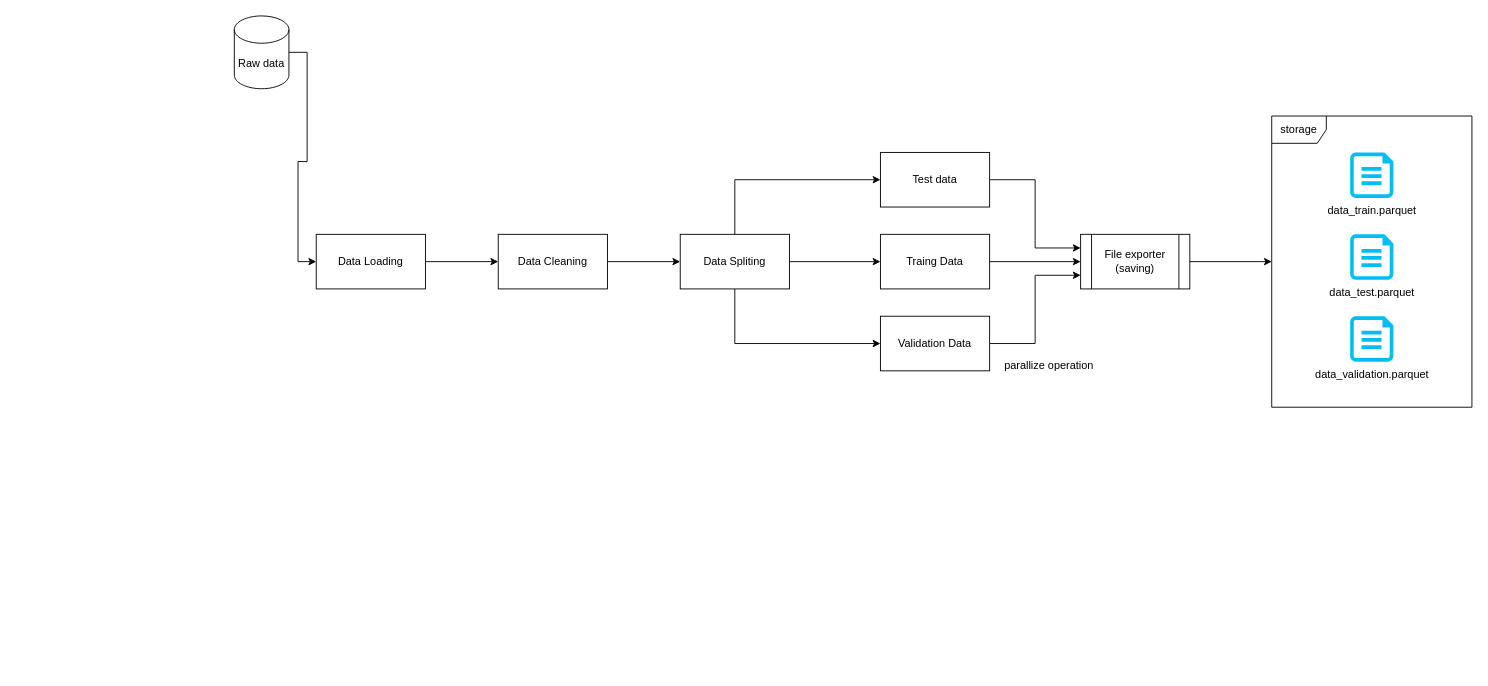
AkhilVinayakp/ML_EtZ keeps this draw.io diagram as ml-house-price-prediction/flow.drawio. Above is the earlier version. Source tidied: cells renumbered, new cells numbered last; positions are measured from the earlier drawing's top-left corner, leaving out a move shared by most shapes. Both pictures are drawn from the tidied source at 91%, with x=0, y=0 at pixel (234, 15).
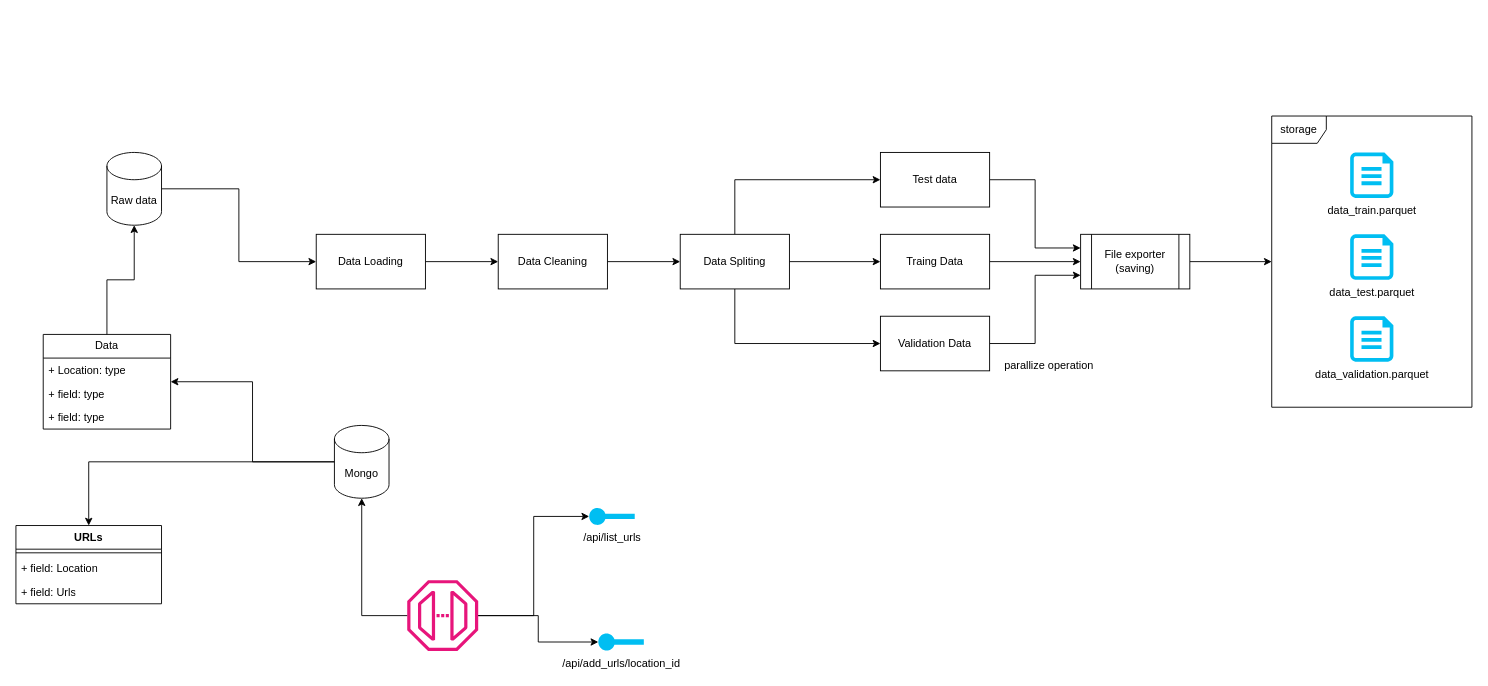
After the change.

The edit, as a diff of the source:
```diff
@@
     <mxCell id="3" value="Raw data" style="shape=cylinder3;whiteSpace=wrap;html=1;boundedLbl=1;backgroundOutline=1;size=15;" parent="1" vertex="1">
-      <mxGeometry width="60" height="80" as="geometry" />
+      <mxGeometry x="-140" y="150" width="60" height="80" as="geometry" />
     </mxCell>
@@
+    <mxCell id="27" style="edgeStyle=orthogonalEdgeStyle;rounded=0;jettySize=auto;html=1;" parent="1" edge="1" source="28" target="34">
+      <mxGeometry relative="1" as="geometry" />
+    </mxCell>
+    <mxCell id="28" value="Mongo" style="shape=cylinder3;whiteSpace=wrap;html=1;boundedLbl=1;backgroundOutline=1;size=15;" parent="1" vertex="1">
+      <mxGeometry x="110" y="450" width="60" height="80" as="geometry" />
+    </mxCell>
+    <mxCell id="29" value="URLs" style="swimlane;fontStyle=1;align=center;verticalAlign=top;horizontal=1;startSize=26;whiteSpace=wrap;html=1;" parent="1" vertex="1">
+      <mxGeometry x="-240" y="560" width="160" height="86" as="geometry" />
+    </mxCell>
+    <mxCell id="30" style="line;strokeWidth=1;fillColor=none;align=left;verticalAlign=middle;spacingTop=-1;spacingLeft=3;spacingRight=3;labelPosition=right;strokeColor=inherit;" parent="29" vertex="1">
+      <mxGeometry y="26" width="160" height="8" as="geometry" />
+    </mxCell>
+    <mxCell id="31" value="+ field: Location" style="text;strokeColor=none;fillColor=none;align=left;verticalAlign=top;spacingLeft=4;spacingRight=4;overflow=hidden;whiteSpace=wrap;html=1;" parent="29" vertex="1">
+      <mxGeometry y="34" width="160" height="26" as="geometry" />
+    </mxCell>
+    <mxCell id="32" value="+ field: Urls" style="text;strokeColor=none;fillColor=none;align=left;verticalAlign=top;spacingLeft=4;spacingRight=4;overflow=hidden;whiteSpace=wrap;html=1;" parent="29" vertex="1">
+      <mxGeometry y="60" width="160" height="26" as="geometry" />
+    </mxCell>
+    <mxCell id="33" style="edgeStyle=orthogonalEdgeStyle;rounded=0;jettySize=auto;html=1;entryX=0.5;entryY=0;entryDx=0;entryDy=0;" parent="1" edge="1" source="28" target="29">
+      <mxGeometry relative="1" as="geometry" />
+    </mxCell>
+    <mxCell id="34" value="Data" style="swimlane;fontStyle=0;horizontal=1;startSize=26;fillColor=none;whiteSpace=wrap;html=1;" parent="1" vertex="1">
+      <mxGeometry x="-210" y="350" width="140" height="104" as="geometry" />
+    </mxCell>
+    <mxCell id="35" value="+ Location: type" style="text;strokeColor=none;fillColor=none;align=left;verticalAlign=top;spacingLeft=4;spacingRight=4;overflow=hidden;whiteSpace=wrap;html=1;" parent="34" vertex="1">
+      <mxGeometry y="26" width="140" height="26" as="geometry" />
+    </mxCell>
+    <mxCell id="36" value="+ field: type" style="text;strokeColor=none;fillColor=none;align=left;verticalAlign=top;spacingLeft=4;spacingRight=4;overflow=hidden;whiteSpace=wrap;html=1;" parent="34" vertex="1">
+      <mxGeometry y="52" width="140" height="26" as="geometry" />
+    </mxCell>
+    <mxCell id="37" value="+ field: type" style="text;strokeColor=none;fillColor=none;align=left;verticalAlign=top;spacingLeft=4;spacingRight=4;overflow=hidden;whiteSpace=wrap;html=1;" parent="34" vertex="1">
+      <mxGeometry y="78" width="140" height="26" as="geometry" />
+    </mxCell>
+    <mxCell id="38" style="edgeStyle=orthogonalEdgeStyle;rounded=0;jettySize=auto;html=1;entryX=0.5;entryY=1;entryDx=0;entryDy=0;entryPerimeter=0;" parent="1" edge="1" source="34" target="3">
+      <mxGeometry relative="1" as="geometry" />
+    </mxCell>
+    <mxCell id="39" style="sketch=0;outlineConnect=0;fontColor=#232F3E;gradientColor=none;fillColor=#E7157B;strokeColor=none;dashed=0;verticalLabelPosition=bottom;verticalAlign=top;align=center;html=1;fontSize=12;fontStyle=0;shape=mxgraph.aws4.endpoint;" parent="1" vertex="1">
+      <mxGeometry x="190" y="620" width="78" height="78" as="geometry" />
+    </mxCell>
+    <mxCell id="40" style="edgeStyle=orthogonalEdgeStyle;rounded=0;jettySize=auto;html=1;entryX=0.5;entryY=1;entryDx=0;entryDy=0;entryPerimeter=0;" parent="1" edge="1" source="39" target="28">
+      <mxGeometry relative="1" as="geometry" />
+    </mxCell>
+    <mxCell id="41" value="/api/list_urls" style="verticalLabelPosition=bottom;html=1;verticalAlign=top;align=center;strokeColor=none;fillColor=#00BEF2;shape=mxgraph.azure.service_endpoint;" parent="1" vertex="1">
+      <mxGeometry x="390" y="540" width="50" height="20" as="geometry" />
+    </mxCell>
+    <mxCell id="42" style="edgeStyle=orthogonalEdgeStyle;rounded=0;jettySize=auto;html=1;entryX=0;entryY=0.5;entryDx=0;entryDy=0;entryPerimeter=0;" parent="1" edge="1" source="39" target="41">
+      <mxGeometry relative="1" as="geometry" />
+    </mxCell>
+    <mxCell id="43" value="/api/add_urls/location_id" style="verticalLabelPosition=bottom;html=1;verticalAlign=top;align=center;strokeColor=none;fillColor=#00BEF2;shape=mxgraph.azure.service_endpoint;" parent="1" vertex="1">
+      <mxGeometry x="400" y="678" width="50" height="20" as="geometry" />
+    </mxCell>
+    <mxCell id="44" style="edgeStyle=orthogonalEdgeStyle;rounded=0;jettySize=auto;html=1;entryX=0;entryY=0.5;entryDx=0;entryDy=0;entryPerimeter=0;" parent="1" edge="1" source="39" target="43">
+      <mxGeometry relative="1" as="geometry" />
+    </mxCell>
```
